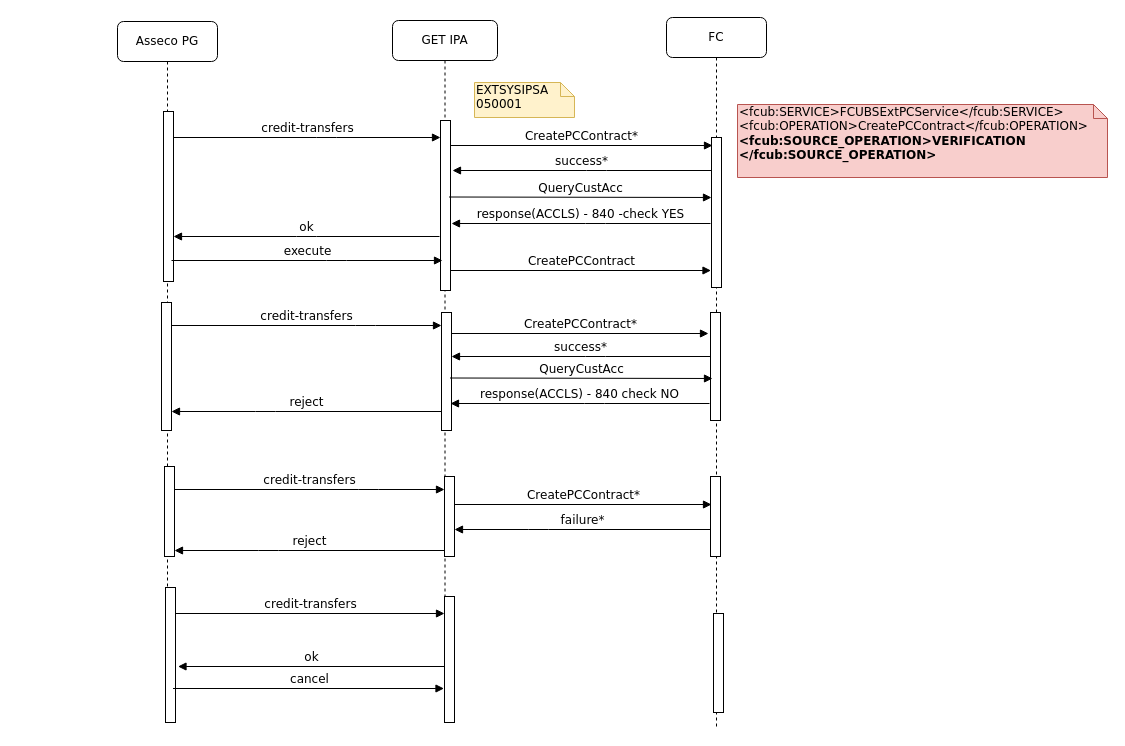
This is page "Page-4" (4 of 4) of IPS_Diagram.drawio from gjovan/draw, a draw.io file, before an edit. Source tidied: cells renumbered, new cells numbered last; positions are measured from the earlier drawing's top-left corner, leaving out a move shared by most shapes. Both pictures are drawn from the tidied source at 100%, with x=0, y=0 at pixel (117, 17).
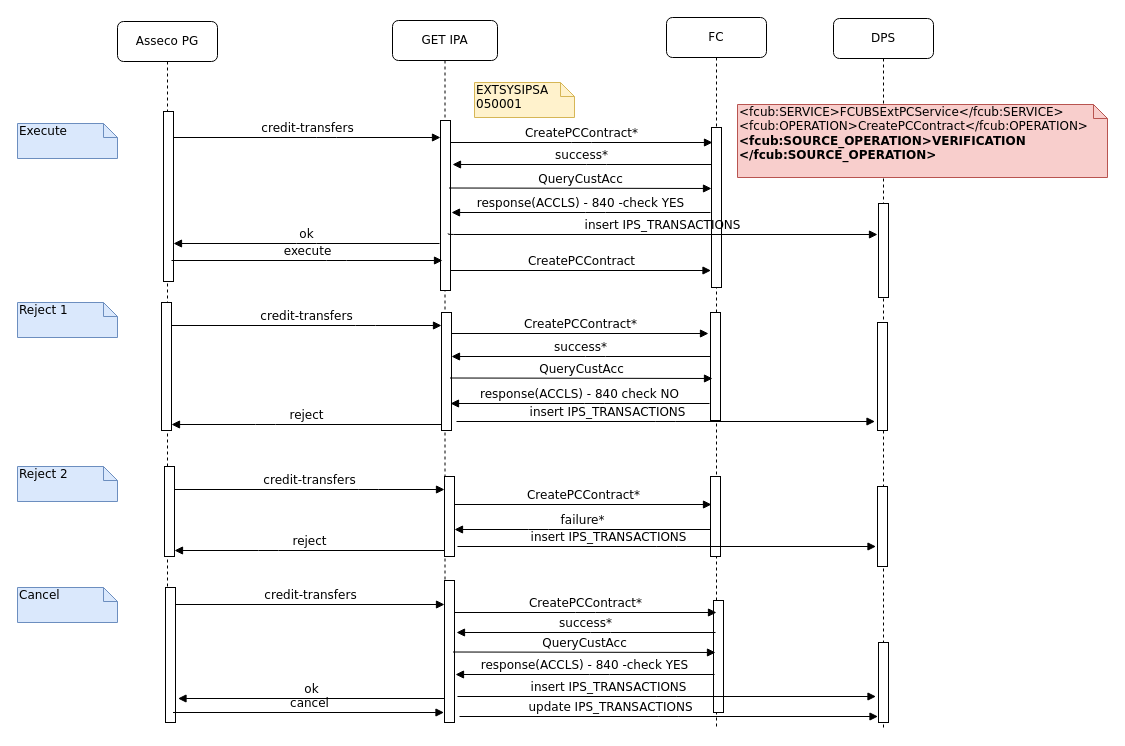
After the change.

Unchanged cells that the change refers to:
```xml
<mxCell id="4" value="FC" style="shape=umlLifeline;perimeter=lifelinePerimeter;whiteSpace=wrap;html=1;rounded=1;shadow=0;comic=0;labelBackgroundColor=none;strokeColor=#000000;strokeWidth=1;fillColor=#FFFFFF;fontFamily=Verdana;fontSize=12;fontColor=#000000;align=center;" parent="1" vertex="1">
  <mxGeometry x="549" width="100" height="710" as="geometry" />
</mxCell>
<mxCell id="7" style="html=1;points=[];perimeter=orthogonalPerimeter;rounded=0;shadow=0;comic=0;labelBackgroundColor=none;strokeColor=#000000;strokeWidth=1;fillColor=#FFFFFF;fontFamily=Verdana;fontSize=12;fontColor=#000000;align=center;" parent="6" vertex="1">
  <mxGeometry x="48" y="100" width="10" height="170" as="geometry" />
</mxCell>
<mxCell id="14" style="html=1;points=[];perimeter=orthogonalPerimeter;rounded=0;shadow=0;comic=0;labelBackgroundColor=none;strokeColor=#000000;strokeWidth=1;fillColor=#FFFFFF;fontFamily=Verdana;fontSize=12;fontColor=#000000;align=center;" parent="6" vertex="1">
  <mxGeometry x="-227" y="567" width="10" height="135" as="geometry" />
</mxCell>
```

What changed in the source:
```diff
@@
+    <mxCell id="40" value="DPS" style="shape=umlLifeline;perimeter=lifelinePerimeter;whiteSpace=wrap;html=1;rounded=1;shadow=0;comic=0;labelBackgroundColor=none;strokeColor=#000000;strokeWidth=1;fillColor=#FFFFFF;fontFamily=Verdana;fontSize=12;fontColor=#000000;align=center;" parent="1" vertex="1">
+      <mxGeometry x="716" y="1" width="100" height="710" as="geometry" />
+    </mxCell>
@@
     <mxCell id="5" style="html=1;points=[];perimeter=orthogonalPerimeter;rounded=0;shadow=0;comic=0;labelBackgroundColor=none;strokeColor=#000000;strokeWidth=1;fillColor=#FFFFFF;fontFamily=Verdana;fontSize=12;fontColor=#000000;align=center;" parent="4" vertex="1">
-      <mxGeometry x="45" y="120" width="10" height="150" as="geometry" />
+      <mxGeometry x="45" y="110" width="10" height="160" as="geometry" />
     </mxCell>
     <mxCell id="6" value="GET IPA" style="shape=umlLifeline;perimeter=lifelinePerimeter;whiteSpace=wrap;html=1;rounded=1;shadow=0;comic=0;labelBackgroundColor=none;strokeColor=#000000;strokeWidth=1;fillColor=#FFFFFF;fontFamily=Verdana;fontSize=12;fontColor=#000000;align=center;" parent="1" vertex="1">
-      <mxGeometry x="275" y="3" width="105" height="697" as="geometry" />
+      <mxGeometry x="275" y="3" width="105" height="702" as="geometry" />
     </mxCell>
@@
     <mxCell id="12" value="reject" style="html=1;verticalAlign=bottom;endArrow=block;labelBackgroundColor=none;fontFamily=Verdana;fontSize=12;edgeStyle=elbowEdgeStyle;elbow=vertical;" parent="6" edge="1">
       <mxGeometry relative="1" as="geometry">
-        <mxPoint x="49" y="391" as="sourcePoint" />
-        <mxPoint x="-221" y="391" as="targetPoint" />
+        <mxPoint x="49" y="404" as="sourcePoint" />
+        <mxPoint x="-221" y="404" as="targetPoint" />
         <Array as="points">
-          <mxPoint x="-127" y="391" />
+          <mxPoint x="-127" y="404" />
         </Array>
       </mxGeometry>
     </mxCell>
@@
     <mxCell id="15" style="html=1;perimeter=orthogonalPerimeter;rounded=0;shadow=0;comic=0;labelBackgroundColor=none;strokeColor=#000000;strokeWidth=1;fillColor=#FFFFFF;fontFamily=Verdana;fontSize=12;fontColor=#000000;align=center;" parent="6" vertex="1">
-      <mxGeometry x="321" y="593" width="10" height="99" as="geometry" />
+      <mxGeometry x="321" y="580" width="10" height="112" as="geometry" />
     </mxCell>
     <mxCell id="16" style="html=1;points=[];perimeter=orthogonalPerimeter;rounded=0;shadow=0;comic=0;labelBackgroundColor=none;strokeColor=#000000;strokeWidth=1;fillColor=#FFFFFF;fontFamily=Verdana;fontSize=12;fontColor=#000000;align=center;" parent="6" vertex="1">
-      <mxGeometry x="52" y="576" width="10" height="126" as="geometry" />
+      <mxGeometry x="52" y="560" width="10" height="142" as="geometry" />
     </mxCell>
-    <mxCell id="17" value="&lt;span&gt;credit-transfers&lt;/span&gt;" style="html=1;verticalAlign=bottom;endArrow=block;labelBackgroundColor=none;fontFamily=Verdana;fontSize=12;edgeStyle=elbowEdgeStyle;elbow=vertical;" parent="6" edge="1" source="14" target="16">
+    <mxCell id="17" value="&lt;span&gt;credit-transfers&lt;/span&gt;" style="html=1;verticalAlign=bottom;endArrow=block;labelBackgroundColor=none;fontFamily=Verdana;fontSize=12;edgeStyle=elbowEdgeStyle;elbow=vertical;" parent="6" edge="1">
       <mxGeometry relative="1" as="geometry">
+        <mxPoint x="-217" y="584" as="sourcePoint" />
+        <mxPoint x="52" y="584" as="targetPoint" />
         <Array as="points">
-          <mxPoint x="-64.5" y="593" />
+          <mxPoint x="-64.5" y="584" />
         </Array>
       </mxGeometry>
     </mxCell>
     <mxCell id="18" value="ok" style="html=1;verticalAlign=bottom;endArrow=block;labelBackgroundColor=none;fontFamily=Verdana;fontSize=12;edgeStyle=elbowEdgeStyle;elbow=vertical;" parent="6" edge="1">
       <mxGeometry relative="1" as="geometry">
-        <mxPoint x="51.5" y="646" as="sourcePoint" />
-        <mxPoint x="-214.5" y="646" as="targetPoint" />
+        <mxPoint x="51.5" y="678" as="sourcePoint" />
+        <mxPoint x="-214.5" y="678" as="targetPoint" />
       </mxGeometry>
     </mxCell>
     <mxCell id="19" value="&lt;span&gt;cancel&lt;/span&gt;" style="html=1;verticalAlign=bottom;endArrow=block;labelBackgroundColor=none;fontFamily=Verdana;fontSize=12;edgeStyle=elbowEdgeStyle;elbow=vertical;" parent="6" edge="1">
       <mxGeometry relative="1" as="geometry">
-        <mxPoint x="-219.5" y="668" as="sourcePoint" />
-        <mxPoint x="51.5" y="668" as="targetPoint" />
+        <mxPoint x="-219.5" y="692" as="sourcePoint" />
+        <mxPoint x="51.5" y="692" as="targetPoint" />
         <Array as="points">
-          <mxPoint x="-54.5" y="668" />
-          <mxPoint x="-54.5" y="708" />
-          <mxPoint x="-4.5" y="578" />
-          <mxPoint x="-184.5" y="568" />
+          <mxPoint x="-54.5" y="692" />
+          <mxPoint x="-54.5" y="732" />
+          <mxPoint x="-4.5" y="602" />
+          <mxPoint x="-184.5" y="592" />
         </Array>
       </mxGeometry>
     </mxCell>
     <mxCell id="20" value="success*" style="html=1;verticalAlign=bottom;endArrow=block;labelBackgroundColor=none;fontFamily=Verdana;fontSize=12;edgeStyle=elbowEdgeStyle;elbow=vertical;" parent="1" edge="1">
       <mxGeometry relative="1" as="geometry">
-        <mxPoint x="594" y="153" as="sourcePoint" />
-        <mxPoint x="335" y="153" as="targetPoint" />
+        <mxPoint x="594" y="147" as="sourcePoint" />
+        <mxPoint x="335" y="147" as="targetPoint" />
         <Array as="points">
-          <mxPoint x="479" y="153" />
+          <mxPoint x="479" y="147" />
         </Array>
       </mxGeometry>
     </mxCell>
@@
-    <mxCell id="22" value="CreatePCContract*" style="html=1;verticalAlign=bottom;endArrow=block;labelBackgroundColor=none;fontFamily=Verdana;fontSize=12;edgeStyle=elbowEdgeStyle;elbow=vertical;entryX=0.1;entryY=0.05;entryDx=0;entryDy=0;entryPerimeter=0;" parent="1" edge="1" source="7" target="5">
-      <mxGeometry relative="1" as="geometry" />
+    <mxCell id="22" value="CreatePCContract*" style="html=1;verticalAlign=bottom;endArrow=block;labelBackgroundColor=none;fontFamily=Verdana;fontSize=12;edgeStyle=elbowEdgeStyle;elbow=vertical;entryX=0.1;entryY=0.05;entryDx=0;entryDy=0;entryPerimeter=0;" parent="1" edge="1">
+      <mxGeometry relative="1" as="geometry">
+        <mxPoint x="333" y="125" as="sourcePoint" />
+        <mxPoint x="595" y="125" as="targetPoint" />
+      </mxGeometry>
     </mxCell>
@@
     <mxCell id="24" value="ok" style="html=1;verticalAlign=bottom;endArrow=block;labelBackgroundColor=none;fontFamily=Verdana;fontSize=12;edgeStyle=elbowEdgeStyle;elbow=vertical;" parent="1" edge="1">
       <mxGeometry relative="1" as="geometry">
-        <mxPoint x="322" y="219" as="sourcePoint" />
-        <mxPoint x="56" y="219" as="targetPoint" />
+        <mxPoint x="322" y="226" as="sourcePoint" />
+        <mxPoint x="56" y="226" as="targetPoint" />
       </mxGeometry>
     </mxCell>
@@
-    <mxCell id="27" value="&lt;div&gt;&amp;lt;fcub:SERVICE&amp;gt;FCUBSExtPCService&amp;lt;/fcub:SERVICE&amp;gt;&lt;/div&gt;&lt;div&gt;&amp;lt;fcub:OPERATION&amp;gt;CreatePCContract&amp;lt;/fcub:OPERATION&amp;gt;&amp;nbsp;&lt;/div&gt;&lt;div&gt;&lt;b&gt;&amp;lt;fcub:SOURCE_OPERATION&amp;gt;VERIFICATION &amp;lt;/fcub:SOURCE_OPERATION&amp;gt;&lt;/b&gt;&lt;/div&gt;&lt;div&gt;&lt;br&gt;&lt;/div&gt;" style="shape=note;html=1;size=14;verticalAlign=top;align=left;spacingTop=-6;rounded=0;shadow=0;comic=0;labelBackgroundColor=none;strokeColor=#b85450;strokeWidth=1;fillColor=#f8cecc;fontFamily=Verdana;fontSize=12;whiteSpace=wrap;" parent="1" vertex="1">
-      <mxGeometry x="620" y="87" width="370" height="73" as="geometry" />
-    </mxCell>
     <mxCell id="28" value="QueryCustAcc" style="html=1;verticalAlign=bottom;endArrow=block;labelBackgroundColor=none;fontFamily=Verdana;fontSize=12;edgeStyle=elbowEdgeStyle;elbow=vertical;" parent="1" edge="1">
       <mxGeometry relative="1" as="geometry">
-        <mxPoint x="331.5" y="179.5" as="sourcePoint" />
-        <mxPoint x="594" y="180" as="targetPoint" />
+        <mxPoint x="331.5" y="170.5" as="sourcePoint" />
+        <mxPoint x="594" y="171" as="targetPoint" />
       </mxGeometry>
     </mxCell>
     <mxCell id="29" value="response(ACCLS) - 840 -check YES" style="html=1;verticalAlign=bottom;endArrow=block;labelBackgroundColor=none;fontFamily=Verdana;fontSize=12;edgeStyle=elbowEdgeStyle;elbow=vertical;" parent="1" edge="1">
       <mxGeometry relative="1" as="geometry">
-        <mxPoint x="593" y="206" as="sourcePoint" />
-        <mxPoint x="334" y="206" as="targetPoint" />
+        <mxPoint x="593" y="195" as="sourcePoint" />
+        <mxPoint x="334" y="195" as="targetPoint" />
         <Array as="points">
-          <mxPoint x="478" y="206" />
+          <mxPoint x="478" y="195" />
         </Array>
       </mxGeometry>
     </mxCell>
@@
+    <mxCell id="41" value="success*" style="html=1;verticalAlign=bottom;endArrow=block;labelBackgroundColor=none;fontFamily=Verdana;fontSize=12;edgeStyle=elbowEdgeStyle;elbow=vertical;" parent="1" edge="1">
+      <mxGeometry relative="1" as="geometry">
+        <mxPoint x="598" y="615" as="sourcePoint" />
+        <mxPoint x="339" y="615" as="targetPoint" />
+        <Array as="points">
+          <mxPoint x="483" y="615" />
+        </Array>
+      </mxGeometry>
+    </mxCell>
+    <mxCell id="42" value="CreatePCContract*" style="html=1;verticalAlign=bottom;endArrow=block;labelBackgroundColor=none;fontFamily=Verdana;fontSize=12;edgeStyle=elbowEdgeStyle;elbow=vertical;entryX=0.1;entryY=0.05;entryDx=0;entryDy=0;entryPerimeter=0;" parent="1" edge="1">
+      <mxGeometry relative="1" as="geometry">
+        <mxPoint x="337" y="595" as="sourcePoint" />
+        <mxPoint x="599" y="595" as="targetPoint" />
+      </mxGeometry>
+    </mxCell>
+    <mxCell id="43" value="QueryCustAcc" style="html=1;verticalAlign=bottom;endArrow=block;labelBackgroundColor=none;fontFamily=Verdana;fontSize=12;edgeStyle=elbowEdgeStyle;elbow=vertical;" parent="1" edge="1">
+      <mxGeometry relative="1" as="geometry">
+        <mxPoint x="335.5" y="634.5" as="sourcePoint" />
+        <mxPoint x="598" y="635" as="targetPoint" />
+      </mxGeometry>
+    </mxCell>
+    <mxCell id="44" value="response(ACCLS) - 840 -check YES" style="html=1;verticalAlign=bottom;endArrow=block;labelBackgroundColor=none;fontFamily=Verdana;fontSize=12;edgeStyle=elbowEdgeStyle;elbow=vertical;" parent="1" edge="1">
+      <mxGeometry relative="1" as="geometry">
+        <mxPoint x="597" y="657" as="sourcePoint" />
+        <mxPoint x="338" y="657" as="targetPoint" />
+        <Array as="points">
+          <mxPoint x="482" y="657" />
+        </Array>
+      </mxGeometry>
+    </mxCell>
+    <mxCell id="45" value="Execute&lt;br&gt;" style="shape=note;whiteSpace=wrap;html=1;size=14;verticalAlign=top;align=left;spacingTop=-6;rounded=0;shadow=0;comic=0;labelBackgroundColor=none;strokeColor=#6c8ebf;strokeWidth=1;fillColor=#dae8fc;fontFamily=Verdana;fontSize=12;" parent="1" vertex="1">
+      <mxGeometry x="-100" y="106" width="100" height="35" as="geometry" />
+    </mxCell>
+    <mxCell id="46" value="Reject 1&lt;br&gt;" style="shape=note;whiteSpace=wrap;html=1;size=14;verticalAlign=top;align=left;spacingTop=-6;rounded=0;shadow=0;comic=0;labelBackgroundColor=none;strokeColor=#6c8ebf;strokeWidth=1;fillColor=#dae8fc;fontFamily=Verdana;fontSize=12;" parent="1" vertex="1">
+      <mxGeometry x="-100" y="285" width="100" height="35" as="geometry" />
+    </mxCell>
+    <mxCell id="47" value="Reject 2&lt;br&gt;" style="shape=note;whiteSpace=wrap;html=1;size=14;verticalAlign=top;align=left;spacingTop=-6;rounded=0;shadow=0;comic=0;labelBackgroundColor=none;strokeColor=#6c8ebf;strokeWidth=1;fillColor=#dae8fc;fontFamily=Verdana;fontSize=12;" parent="1" vertex="1">
+      <mxGeometry x="-100" y="449" width="100" height="35" as="geometry" />
+    </mxCell>
+    <mxCell id="48" value="Cancel&lt;br&gt;" style="shape=note;whiteSpace=wrap;html=1;size=14;verticalAlign=top;align=left;spacingTop=-6;rounded=0;shadow=0;comic=0;labelBackgroundColor=none;strokeColor=#6c8ebf;strokeWidth=1;fillColor=#dae8fc;fontFamily=Verdana;fontSize=12;" parent="1" vertex="1">
+      <mxGeometry x="-100" y="570" width="100" height="35" as="geometry" />
+    </mxCell>
+    <mxCell id="49" style="html=1;perimeter=orthogonalPerimeter;rounded=0;shadow=0;comic=0;labelBackgroundColor=none;strokeColor=#000000;strokeWidth=1;fillColor=#FFFFFF;fontFamily=Verdana;fontSize=12;fontColor=#000000;align=center;" parent="1" vertex="1">
+      <mxGeometry x="761" y="186" width="10" height="94" as="geometry" />
+    </mxCell>
+    <mxCell id="50" style="html=1;perimeter=orthogonalPerimeter;rounded=0;shadow=0;comic=0;labelBackgroundColor=none;strokeColor=#000000;strokeWidth=1;fillColor=#FFFFFF;fontFamily=Verdana;fontSize=12;fontColor=#000000;align=center;" parent="1" vertex="1">
+      <mxGeometry x="760" y="305" width="10" height="108" as="geometry" />
+    </mxCell>
+    <mxCell id="51" style="html=1;perimeter=orthogonalPerimeter;rounded=0;shadow=0;comic=0;labelBackgroundColor=none;strokeColor=#000000;strokeWidth=1;fillColor=#FFFFFF;fontFamily=Verdana;fontSize=12;fontColor=#000000;align=center;" parent="1" vertex="1">
+      <mxGeometry x="760" y="469" width="10" height="80" as="geometry" />
+    </mxCell>
+    <mxCell id="27" value="&lt;div&gt;&amp;lt;fcub:SERVICE&amp;gt;FCUBSExtPCService&amp;lt;/fcub:SERVICE&amp;gt;&lt;/div&gt;&lt;div&gt;&amp;lt;fcub:OPERATION&amp;gt;CreatePCContract&amp;lt;/fcub:OPERATION&amp;gt;&amp;nbsp;&lt;/div&gt;&lt;div&gt;&lt;b&gt;&amp;lt;fcub:SOURCE_OPERATION&amp;gt;VERIFICATION &amp;lt;/fcub:SOURCE_OPERATION&amp;gt;&lt;/b&gt;&lt;/div&gt;&lt;div&gt;&lt;br&gt;&lt;/div&gt;" style="shape=note;html=1;size=14;verticalAlign=top;align=left;spacingTop=-6;rounded=0;shadow=0;comic=0;labelBackgroundColor=none;strokeColor=#b85450;strokeWidth=1;fillColor=#f8cecc;fontFamily=Verdana;fontSize=12;whiteSpace=wrap;" parent="1" vertex="1">
+      <mxGeometry x="620" y="87" width="370" height="73" as="geometry" />
+    </mxCell>
+    <mxCell id="52" value="insert IPS_TRANSACTIONS" style="html=1;verticalAlign=bottom;endArrow=block;labelBackgroundColor=none;fontFamily=Verdana;fontSize=12;edgeStyle=elbowEdgeStyle;elbow=vertical;" parent="1" edge="1">
+      <mxGeometry relative="1" as="geometry">
+        <mxPoint x="330.5" y="216" as="sourcePoint" />
+        <mxPoint x="760" y="217" as="targetPoint" />
+      </mxGeometry>
+    </mxCell>
+    <mxCell id="53" value="insert IPS_TRANSACTIONS" style="html=1;verticalAlign=bottom;endArrow=block;labelBackgroundColor=none;fontFamily=Verdana;fontSize=12;edgeStyle=elbowEdgeStyle;elbow=vertical;" parent="1" edge="1">
+      <mxGeometry x="-0.28" relative="1" as="geometry">
+        <mxPoint x="339" y="404" as="sourcePoint" />
+        <mxPoint x="757.5" y="404" as="targetPoint" />
+      </mxGeometry>
+    </mxCell>
+    <mxCell id="54" value="insert IPS_TRANSACTIONS" style="html=1;verticalAlign=bottom;endArrow=block;labelBackgroundColor=none;fontFamily=Verdana;fontSize=12;edgeStyle=elbowEdgeStyle;elbow=vertical;" parent="1" edge="1">
+      <mxGeometry x="-0.28" relative="1" as="geometry">
+        <mxPoint x="340" y="679" as="sourcePoint" />
+        <mxPoint x="758.5" y="679" as="targetPoint" />
+      </mxGeometry>
+    </mxCell>
+    <mxCell id="55" value="update IPS_TRANSACTIONS" style="html=1;verticalAlign=bottom;endArrow=block;labelBackgroundColor=none;fontFamily=Verdana;fontSize=12;edgeStyle=elbowEdgeStyle;elbow=vertical;" parent="1" edge="1">
+      <mxGeometry x="-0.28" relative="1" as="geometry">
+        <mxPoint x="342" y="699" as="sourcePoint" />
+        <mxPoint x="760.5" y="699" as="targetPoint" />
+      </mxGeometry>
+    </mxCell>
+    <mxCell id="56" style="html=1;perimeter=orthogonalPerimeter;rounded=0;shadow=0;comic=0;labelBackgroundColor=none;strokeColor=#000000;strokeWidth=1;fillColor=#FFFFFF;fontFamily=Verdana;fontSize=12;fontColor=#000000;align=center;" parent="1" vertex="1">
+      <mxGeometry x="761" y="625" width="10" height="80" as="geometry" />
+    </mxCell>
+    <mxCell id="57" value="insert IPS_TRANSACTIONS" style="html=1;verticalAlign=bottom;endArrow=block;labelBackgroundColor=none;fontFamily=Verdana;fontSize=12;edgeStyle=elbowEdgeStyle;elbow=vertical;" parent="1" edge="1">
+      <mxGeometry x="-0.28" relative="1" as="geometry">
+        <mxPoint x="340" y="529" as="sourcePoint" />
+        <mxPoint x="758.5" y="529" as="targetPoint" />
+      </mxGeometry>
+    </mxCell>
```
